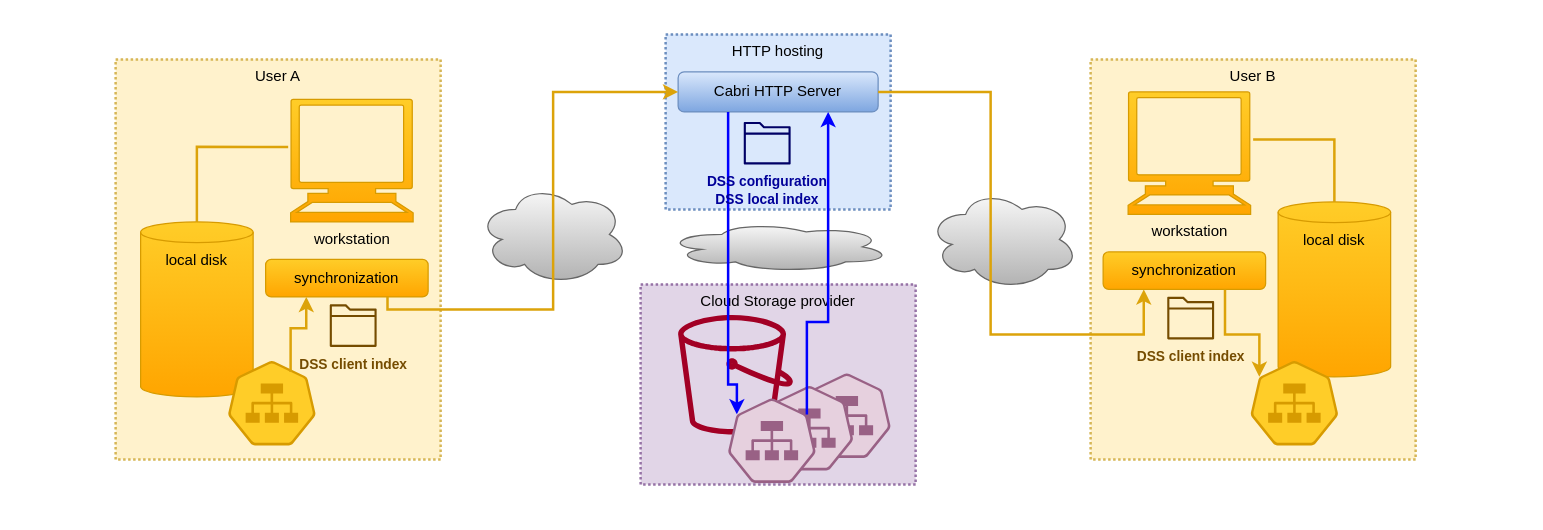
The draw.io diagram page "index-remote" (5 of 5) of blog/data/assets/images/cabri-tech-ovw/diagrams.drawio in t-beigbeder/otvl_blog, before the edit. Source tidied: cells renumbered, new cells numbered last; positions are measured from the earlier drawing's top-left corner, leaving out a move shared by most shapes. Both pictures are drawn from the tidied source at 125%, with x=0, y=0 at pixel (21, 21).
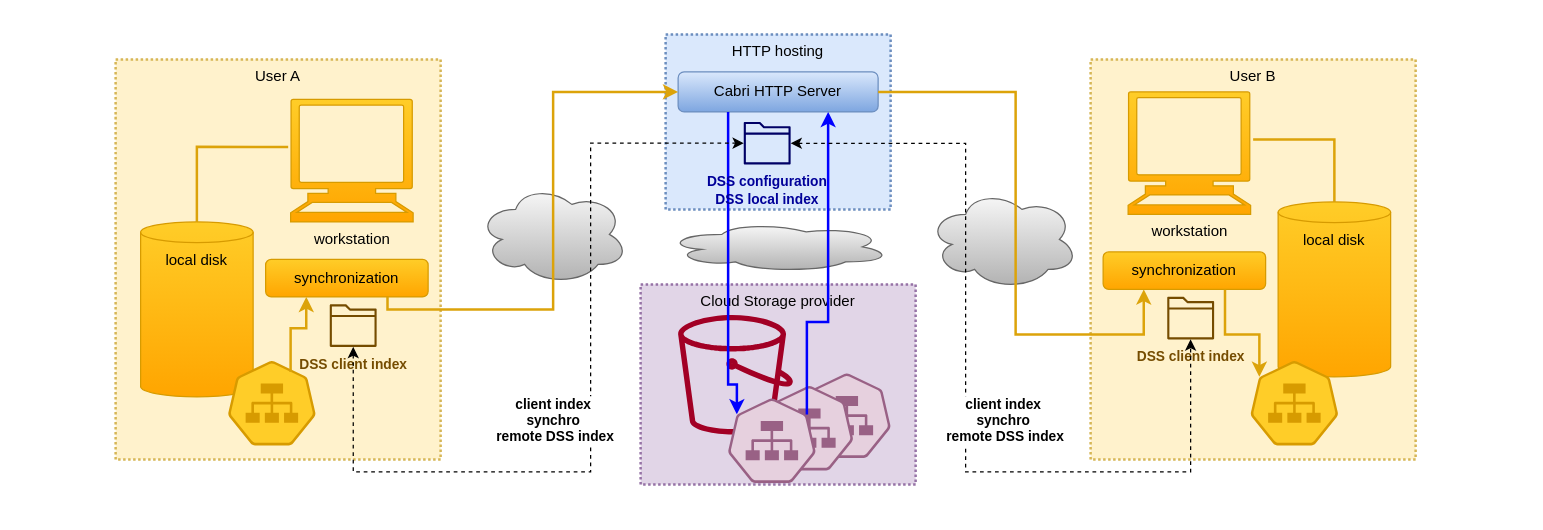
The same page after the edit.

Unchanged cells that the change refers to:
```xml
<mxCell id="15" value="&lt;b style=&quot;border-color: var(--border-color); color: rgb(117, 76, 0); font-size: 11px;&quot;&gt;DSS client&amp;nbsp;index&lt;/b&gt;" style="sketch=0;outlineConnect=0;fillColor=#754C00;strokeColor=#3700CC;dashed=0;verticalLabelPosition=bottom;verticalAlign=top;align=center;html=1;fontSize=12;fontStyle=0;shape=mxgraph.aws4.folder;strokeWidth=4;fontColor=#ffffff;" parent="1" vertex="1">
  <mxGeometry x="246.3" y="225.9" width="37.5" height="34.1" as="geometry" />
</mxCell>
<mxCell id="17" value="Cabri HTTP Server" style="rounded=1;whiteSpace=wrap;html=1;fillColor=#dae8fc;gradientColor=#7ea6e0;strokeColor=#6c8ebf;" parent="1" vertex="1">
  <mxGeometry x="525" y="40" width="160" height="32" as="geometry" />
</mxCell>
<mxCell id="24" value="synchronization" style="rounded=1;whiteSpace=wrap;html=1;fillColor=#ffcd28;gradientColor=#ffa500;strokeColor=#d79b00;" parent="1" vertex="1">
  <mxGeometry x="865" y="184" width="130" height="30" as="geometry" />
</mxCell>
<mxCell id="26" value="&lt;b style=&quot;border-color: var(--border-color); color: rgb(117, 76, 0); font-size: 11px;&quot;&gt;DSS client&amp;nbsp;index&lt;/b&gt;" style="sketch=0;outlineConnect=0;fillColor=#754C00;strokeColor=#3700CC;dashed=0;verticalLabelPosition=bottom;verticalAlign=top;align=center;html=1;fontSize=12;fontStyle=0;shape=mxgraph.aws4.folder;strokeWidth=4;fontColor=#ffffff;" parent="1" vertex="1">
  <mxGeometry x="916.3" y="219.9" width="37.5" height="34.1" as="geometry" />
</mxCell>
<mxCell id="33" value="&lt;b style=&quot;border-color: var(--border-color); font-size: 11px;&quot;&gt;&lt;font color=&quot;#000099&quot;&gt;DSS configuration&lt;br style=&quot;border-color: var(--border-color);&quot;&gt;DSS local index&lt;/font&gt;&lt;/b&gt;" style="sketch=0;outlineConnect=0;fillColor=#000066;strokeColor=#3700CC;dashed=0;verticalLabelPosition=bottom;verticalAlign=top;align=center;html=1;fontSize=12;fontStyle=0;shape=mxgraph.aws4.folder;strokeWidth=4;fontColor=#ffffff;" parent="1" vertex="1">
  <mxGeometry x="577.5" y="80" width="37.5" height="34.1" as="geometry" />
</mxCell>
```

The edit, as a diff of the source:
```diff
@@
     <mxCell id="30" style="endArrow=classic;html=1;rounded=0;exitX=1;exitY=0.5;exitDx=0;exitDy=0;entryX=0.25;entryY=1;entryDx=0;entryDy=0;strokeColor=#dca30a;strokeWidth=2;endFill=1;edgeStyle=orthogonalEdgeStyle;" parent="1" edge="1" source="17" target="24">
       <mxGeometry relative="1" as="geometry">
         <Array as="points">
-          <mxPoint x="775" y="56" />
-          <mxPoint x="775" y="250" />
+          <mxPoint x="795" y="56" />
+          <mxPoint x="795" y="250" />
           <mxPoint x="898" y="250" />
         </Array>
       </mxGeometry>
     </mxCell>
@@
+    <mxCell id="34" value="&lt;b&gt;client index&lt;br&gt;synchro&lt;br&gt;&amp;nbsp;remote DSS index&lt;/b&gt;" style="endArrow=classic;startArrow=classic;html=1;rounded=0;dashed=1;edgeStyle=orthogonalEdgeStyle;" parent="1" edge="1" source="15" target="33">
+      <mxGeometry x="-0.02" y="30" relative="1" as="geometry">
+        <Array as="points">
+          <mxPoint x="265" y="360" />
+          <mxPoint x="455" y="360" />
+          <mxPoint x="455" y="97" />
+        </Array>
+      </mxGeometry>
+    </mxCell>
+    <mxCell id="35" value="&lt;b&gt;client index&lt;br&gt;synchro&lt;br&gt;&amp;nbsp;remote DSS index&lt;/b&gt;" style="endArrow=classic;startArrow=classic;html=1;rounded=0;dashed=1;edgeStyle=orthogonalEdgeStyle;" parent="1" edge="1" source="33" target="26">
+      <mxGeometry x="0.05" y="30" relative="1" as="geometry">
+        <Array as="points">
+          <mxPoint x="755" y="97" />
+          <mxPoint x="755" y="360" />
+          <mxPoint x="935" y="360" />
+        </Array>
+      </mxGeometry>
+    </mxCell>
```
